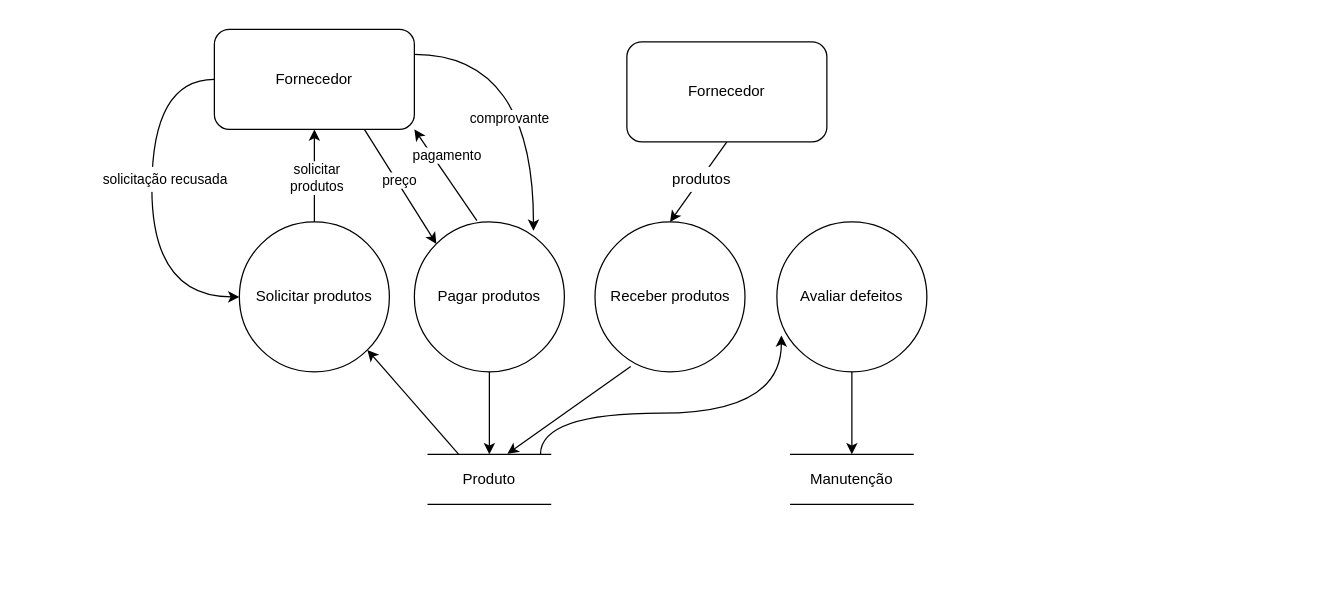
emersonsoaresdasilva/projeto-ope keeps this draw.io diagram as page "Comprar Produtos" (1 of 5) of 16-DFD Essencial para cada Capacidade.drawio. Above is the earlier version. Source tidied: cells renumbered, new cells numbered last; positions are measured from the earlier drawing's top-left corner, leaving out a move shared by most shapes. Both pictures are drawn from the tidied source at 125%, with x=0, y=0 at pixel (91, 29).
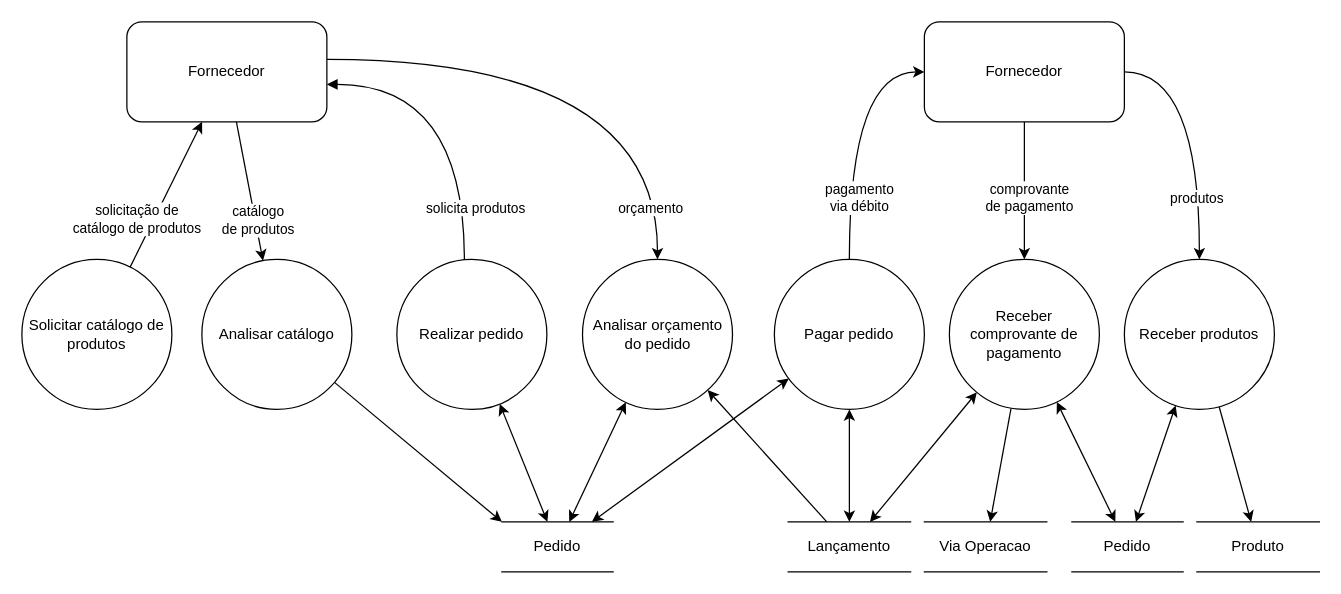
Above is the later version.

Change to the diagram source:
```diff
@@
+    <mxCell id="11" style="rounded=0;jettySize=auto;html=1;startArrow=none;startFill=0;endArrow=classic;endFill=1;" parent="1" edge="1" source="2" target="6">
+      <mxGeometry relative="1" as="geometry" />
+    </mxCell>
-    <mxCell id="2" value="Solicitar produtos" style="ellipse;whiteSpace=wrap;html=1;" parent="1" vertex="1">
-      <mxGeometry x="118" y="154" width="120" height="120" as="geometry" />
+    <mxCell id="2" value="Solicitar catálogo de produtos" style="ellipse;whiteSpace=wrap;html=1;" parent="1" vertex="1">
+      <mxGeometry x="-56" y="184" width="120" height="120" as="geometry" />
     </mxCell>
-    <mxCell id="3" style="rounded=0;jettySize=auto;html=1;entryX=0.75;entryY=1;entryDx=0;entryDy=0;startArrow=classic;startFill=1;endArrow=none;endFill=0;exitX=0;exitY=0;exitDx=0;exitDy=0;" parent="1" edge="1" source="14" target="6">
+    <mxCell id="3" style="rounded=0;jettySize=auto;html=1;startArrow=classic;startFill=1;endArrow=none;endFill=0;" parent="1" edge="1" source="36" target="6">
       <mxGeometry relative="1" as="geometry" />
     </mxCell>
-    <mxCell id="4" style="edgeStyle=orthogonalEdgeStyle;rounded=0;jettySize=auto;html=1;exitX=1;exitY=0.25;exitDx=0;exitDy=0;entryX=0.794;entryY=0.06;entryDx=0;entryDy=0;entryPerimeter=0;startArrow=none;startFill=0;endArrow=classic;endFill=1;curved=1;" parent="1" edge="1" source="6" target="14">
+    <mxCell id="4" style="rounded=0;jettySize=auto;html=1;startArrow=none;startFill=0;endArrow=classic;endFill=1;" parent="1" edge="1" source="25" target="32">
       <mxGeometry relative="1" as="geometry" />
     </mxCell>
-    <mxCell id="5" style="edgeStyle=orthogonalEdgeStyle;rounded=0;jettySize=auto;html=1;exitX=0;exitY=0.5;exitDx=0;exitDy=0;entryX=0;entryY=0.5;entryDx=0;entryDy=0;startArrow=none;startFill=0;endArrow=classic;endFill=1;curved=1;" parent="1" edge="1" source="6" target="2">
-      <mxGeometry relative="1" as="geometry">
-        <Array as="points">
-          <mxPoint x="48" y="40" />
-          <mxPoint x="48" y="214" />
-        </Array>
-      </mxGeometry>
-    </mxCell>
+    <mxCell id="27" style="rounded=0;jettySize=auto;html=1;startArrow=none;startFill=0;endArrow=classic;endFill=1;edgeStyle=orthogonalEdgeStyle;curved=1;entryX=0.5;entryY=0;entryDx=0;entryDy=0;" parent="1" edge="1" source="6" target="45">
+      <mxGeometry relative="1" as="geometry">
+        <Array as="points">
+          <mxPoint x="452" y="24" />
+        </Array>
+      </mxGeometry>
+    </mxCell>
     <mxCell id="6" value="Fornecedor" style="rounded=1;whiteSpace=wrap;html=1;" parent="1" vertex="1">
-      <mxGeometry x="98" width="160" height="80" as="geometry" />
+      <mxGeometry x="28" y="-6" width="160" height="80" as="geometry" />
     </mxCell>
-    <mxCell id="7" style="endArrow=none;startArrow=classic;html=1;exitX=1;exitY=1;exitDx=0;exitDy=0;entryX=0.25;entryY=0;entryDx=0;entryDy=0;endFill=0;startFill=1;" parent="1" edge="1" source="2" target="10">
-      <mxGeometry relative="1" as="geometry" />
-    </mxCell>
-    <mxCell id="8" style="rounded=0;jettySize=auto;html=1;startArrow=classic;startFill=1;endArrow=none;endFill=0;exitX=0.5;exitY=0;exitDx=0;exitDy=0;" parent="1" edge="1" source="10" target="14">
-      <mxGeometry relative="1" as="geometry" />
-    </mxCell>
-    <mxCell id="9" style="edgeStyle=orthogonalEdgeStyle;rounded=0;jettySize=auto;html=1;exitX=0.917;exitY=0.003;exitDx=0;exitDy=0;entryX=0.03;entryY=0.757;entryDx=0;entryDy=0;entryPerimeter=0;startArrow=none;startFill=0;endArrow=classic;endFill=1;curved=1;exitPerimeter=0;" parent="1" edge="1" source="10" target="19">
-      <mxGeometry relative="1" as="geometry" />
-    </mxCell>
     <mxCell id="10" value="Produto" style="shape=partialRectangle;whiteSpace=wrap;html=1;left=0;right=0;fillColor=none;rounded=0;" parent="1" vertex="1">
-      <mxGeometry x="269" y="340" width="98" height="40" as="geometry" />
+      <mxGeometry x="884" y="394" width="98" height="40" as="geometry" />
     </mxCell>
-    <mxCell id="11" style="endArrow=classic;html=1;exitX=0.5;exitY=0;exitDx=0;exitDy=0;entryX=0.5;entryY=1;entryDx=0;entryDy=0;" parent="1" edge="1" source="2" target="6">
-      <mxGeometry relative="1" as="geometry" />
-    </mxCell>
-    <mxCell id="12" value="solicitar&lt;br&gt;produtos" style="edgeLabel;html=1;align=center;verticalAlign=middle;" parent="1" vertex="1">
-      <mxGeometry x="178" y="120" as="geometry">
-        <mxPoint x="1" y="-2" as="offset" />
+    <mxCell id="12" value="solicitação de &lt;br&gt;catálogo de produtos" style="edgeLabel;html=1;align=center;verticalAlign=middle;" parent="1" vertex="1">
+      <mxGeometry x="28" y="154" as="geometry">
+        <mxPoint x="7" y="-3" as="offset" />
       </mxGeometry>
     </mxCell>
-    <mxCell id="13" style="edgeStyle=none;rounded=0;jettySize=auto;html=1;entryX=1;entryY=1;entryDx=0;entryDy=0;startArrow=none;startFill=0;endArrow=classic;endFill=1;" parent="1" edge="1" target="6">
+    <mxCell id="13" style="rounded=0;jettySize=auto;html=1;startArrow=none;startFill=0;endArrow=classic;endFill=1;exitX=0.5;exitY=0;exitDx=0;exitDy=0;edgeStyle=orthogonalEdgeStyle;curved=1;" parent="1" edge="1" source="14" target="25">
       <mxGeometry relative="1" as="geometry">
-        <mxPoint x="308" y="153" as="sourcePoint" />
+        <Array as="points">
+          <mxPoint x="606" y="34" />
+        </Array>
       </mxGeometry>
     </mxCell>
-    <mxCell id="14" value="Pagar produtos" style="ellipse;whiteSpace=wrap;html=1;" parent="1" vertex="1">
-      <mxGeometry x="258" y="154" width="120" height="120" as="geometry" />
+    <mxCell id="14" value="Pagar pedido" style="ellipse;whiteSpace=wrap;html=1;" parent="1" vertex="1">
+      <mxGeometry x="546" y="184" width="120" height="120" as="geometry" />
     </mxCell>
-    <mxCell id="15" value="preço" style="edgeLabel;html=1;align=center;verticalAlign=middle;" parent="1" vertex="1">
-      <mxGeometry x="248" y="120" as="geometry">
-        <mxPoint x="-3" as="offset" />
+    <mxCell id="15" value="catálogo &lt;br&gt;de produtos" style="edgeLabel;html=1;align=center;verticalAlign=middle;" parent="1" vertex="1">
+      <mxGeometry x="154" y="174" as="geometry">
+        <mxPoint x="-22" y="-22" as="offset" />
       </mxGeometry>
     </mxCell>
-    <mxCell id="16" value="solicitação recusada" style="text;html=1;strokeColor=none;align=center;verticalAlign=middle;whiteSpace=wrap;rounded=0;fillColor=#ffffff;fontSize=11;" parent="1" vertex="1">
-      <mxGeometry y="110" width="118" height="20" as="geometry" />
-    </mxCell>
-    <mxCell id="17" value="Manutenção" style="shape=partialRectangle;whiteSpace=wrap;html=1;left=0;right=0;fillColor=none;rounded=0;" parent="1" vertex="1">
-      <mxGeometry x="559" y="340" width="98" height="40" as="geometry" />
-    </mxCell>
-    <mxCell id="18" style="edgeStyle=none;rounded=0;jettySize=auto;html=1;entryX=0.5;entryY=0;entryDx=0;entryDy=0;startArrow=none;startFill=0;endArrow=classic;endFill=1;" parent="1" edge="1" source="19" target="17">
-      <mxGeometry relative="1" as="geometry" />
-    </mxCell>
-    <mxCell id="19" value="Avaliar defeitos" style="ellipse;whiteSpace=wrap;html=1;" parent="1" vertex="1">
-      <mxGeometry x="548" y="154" width="120" height="120" as="geometry" />
-    </mxCell>
-    <mxCell id="20" value="pagamento" style="edgeLabel;html=1;align=center;verticalAlign=middle;" parent="1" vertex="1">
-      <mxGeometry x="258" y="130" as="geometry">
+    <mxCell id="20" value="pagamento &lt;br&gt;via débito" style="edgeLabel;html=1;align=center;verticalAlign=middle;" parent="1" vertex="1">
+      <mxGeometry x="588" y="164" as="geometry">
         <mxPoint x="25" y="-30" as="offset" />
       </mxGeometry>
     </mxCell>
-    <mxCell id="21" value="comprovante" style="edgeLabel;html=1;align=center;verticalAlign=middle;" parent="1" vertex="1">
-      <mxGeometry x="308" y="100" as="geometry">
-        <mxPoint x="25" y="-30" as="offset" />
-      </mxGeometry>
-    </mxCell>
-    <mxCell id="22" style="rounded=0;jettySize=auto;html=1;exitX=0.238;exitY=0.964;exitDx=0;exitDy=0;entryX=0.647;entryY=-0.011;entryDx=0;entryDy=0;entryPerimeter=0;startArrow=none;startFill=0;endArrow=classic;endFill=1;exitPerimeter=0;" parent="1" edge="1" source="23" target="10">
+    <mxCell id="22" style="rounded=0;jettySize=auto;html=1;startArrow=none;startFill=0;endArrow=classic;endFill=1;" parent="1" edge="1" source="23" target="10">
       <mxGeometry relative="1" as="geometry" />
     </mxCell>
+    <mxCell id="28" style="rounded=0;jettySize=auto;html=1;startArrow=classic;startFill=1;endArrow=classic;endFill=1;" parent="1" edge="1" source="23" target="48">
+      <mxGeometry relative="1" as="geometry" />
+    </mxCell>
     <mxCell id="23" value="Receber produtos" style="ellipse;whiteSpace=wrap;html=1;" parent="1" vertex="1">
-      <mxGeometry x="402.5" y="154" width="120" height="120" as="geometry" />
+      <mxGeometry x="826" y="184" width="120" height="120" as="geometry" />
     </mxCell>
-    <mxCell id="24" style="edgeStyle=none;rounded=0;jettySize=auto;html=1;exitX=0.5;exitY=1;exitDx=0;exitDy=0;entryX=0.5;entryY=0;entryDx=0;entryDy=0;startArrow=none;startFill=0;endArrow=classic;endFill=1;" parent="1" edge="1" source="25" target="23">
-      <mxGeometry relative="1" as="geometry" />
+    <mxCell id="24" style="edgeStyle=orthogonalEdgeStyle;rounded=0;jettySize=auto;html=1;entryX=0.5;entryY=0;entryDx=0;entryDy=0;startArrow=none;startFill=0;endArrow=classic;endFill=1;curved=1;" parent="1" edge="1" source="25" target="23">
+      <mxGeometry relative="1" as="geometry">
+        <Array as="points">
+          <mxPoint x="886" y="34" />
+        </Array>
+      </mxGeometry>
     </mxCell>
     <mxCell id="25" value="Fornecedor" style="rounded=1;whiteSpace=wrap;html=1;" parent="1" vertex="1">
-      <mxGeometry x="428" y="10" width="160" height="80" as="geometry" />
+      <mxGeometry x="666" y="-6" width="160" height="80" as="geometry" />
     </mxCell>
+    <mxCell id="29" style="edgeStyle=none;rounded=0;jettySize=auto;html=1;startArrow=classic;startFill=1;endArrow=classic;endFill=1;" parent="1" edge="1" source="32" target="48">
+      <mxGeometry relative="1" as="geometry" />
+    </mxCell>
+    <mxCell id="30" style="rounded=0;jettySize=auto;html=1;" parent="1" edge="1" source="32" target="49">
+      <mxGeometry relative="1" as="geometry" />
+    </mxCell>
+    <mxCell id="31" style="edgeStyle=none;rounded=0;jettySize=auto;html=1;startArrow=classic;startFill=1;endArrow=classic;endFill=1;" parent="1" edge="1" source="32" target="33">
+      <mxGeometry relative="1" as="geometry" />
+    </mxCell>
+    <mxCell id="32" value="Receber comprovante de pagamento" style="ellipse;whiteSpace=wrap;html=1;" parent="1" vertex="1">
+      <mxGeometry x="686" y="184" width="120" height="120" as="geometry" />
+    </mxCell>
+    <mxCell id="33" value="Lançamento" style="shape=partialRectangle;whiteSpace=wrap;html=1;left=0;right=0;fillColor=none;rounded=0;" parent="1" vertex="1">
+      <mxGeometry x="557" y="394" width="98" height="40" as="geometry" />
+    </mxCell>
+    <mxCell id="34" style="edgeStyle=none;rounded=0;jettySize=auto;html=1;startArrow=classic;startFill=1;endArrow=classic;endFill=1;" parent="1" edge="1" source="14" target="33">
+      <mxGeometry relative="1" as="geometry" />
+    </mxCell>
+    <mxCell id="35" style="edgeStyle=none;rounded=0;jettySize=auto;html=1;startArrow=none;startFill=0;endArrow=classic;endFill=1;" parent="1" edge="1" source="36">
+      <mxGeometry relative="1" as="geometry">
+        <mxPoint x="328" y="394" as="targetPoint" />
+      </mxGeometry>
+    </mxCell>
+    <mxCell id="36" value="Analisar catálogo" style="ellipse;whiteSpace=wrap;html=1;" parent="1" vertex="1">
+      <mxGeometry x="88" y="184" width="120" height="120" as="geometry" />
+    </mxCell>
+    <mxCell id="37" style="rounded=0;jettySize=auto;html=1;startArrow=classic;startFill=1;endArrow=classic;endFill=1;" parent="1" edge="1" source="38" target="14">
+      <mxGeometry relative="1" as="geometry" />
+    </mxCell>
+    <mxCell id="38" value="Pedido" style="shape=partialRectangle;whiteSpace=wrap;html=1;left=0;right=0;fillColor=none;rounded=0;" parent="1" vertex="1">
+      <mxGeometry x="328" y="394" width="89" height="40" as="geometry" />
+    </mxCell>
+    <mxCell id="39" style="edgeStyle=none;rounded=0;jettySize=auto;html=1;startArrow=classic;startFill=1;" parent="1" edge="1" source="41" target="38">
+      <mxGeometry relative="1" as="geometry" />
+    </mxCell>
+    <mxCell id="40" style="edgeStyle=orthogonalEdgeStyle;rounded=0;jettySize=auto;html=1;startArrow=block;startFill=1;endArrow=none;endFill=0;curved=1;" parent="1" edge="1" source="6" target="41">
+      <mxGeometry relative="1" as="geometry">
+        <Array as="points">
+          <mxPoint x="298" y="44" />
+        </Array>
+      </mxGeometry>
+    </mxCell>
+    <mxCell id="41" value="Realizar pedido" style="ellipse;whiteSpace=wrap;html=1;" parent="1" vertex="1">
+      <mxGeometry x="244" y="184" width="120" height="120" as="geometry" />
+    </mxCell>
+    <mxCell id="42" value="solicita produtos" style="edgeLabel;html=1;align=center;verticalAlign=middle;" parent="1" vertex="1">
+      <mxGeometry x="328" y="164" as="geometry">
+        <mxPoint x="-22" y="-22" as="offset" />
+      </mxGeometry>
+    </mxCell>
+    <mxCell id="43" style="rounded=0;jettySize=auto;html=1;startArrow=classic;startFill=1;endArrow=classic;endFill=1;" parent="1" edge="1" source="45" target="38">
+      <mxGeometry relative="1" as="geometry" />
+    </mxCell>
+    <mxCell id="44" style="edgeStyle=none;rounded=0;jettySize=auto;html=1;startArrow=classic;startFill=1;endArrow=none;endFill=0;" parent="1" edge="1" source="45" target="33">
+      <mxGeometry relative="1" as="geometry" />
+    </mxCell>
+    <mxCell id="45" value="Analisar orçamento do pedido" style="ellipse;whiteSpace=wrap;html=1;" parent="1" vertex="1">
+      <mxGeometry x="392.5" y="184" width="120" height="120" as="geometry" />
+    </mxCell>
+    <mxCell id="46" value="orçamento" style="edgeLabel;html=1;align=center;verticalAlign=middle;" parent="1" vertex="1">
+      <mxGeometry x="468.5" y="164" as="geometry">
+        <mxPoint x="-22" y="-22" as="offset" />
+      </mxGeometry>
+    </mxCell>
+    <mxCell id="47" value="comprovante &lt;br&gt;de pagamento" style="edgeLabel;html=1;align=center;verticalAlign=middle;" parent="1" vertex="1">
+      <mxGeometry x="724" y="164" as="geometry">
+        <mxPoint x="25" y="-30" as="offset" />
+      </mxGeometry>
+    </mxCell>
-    <mxCell id="26" value="produtos" style="text;html=1;align=center;verticalAlign=middle;whiteSpace=wrap;rounded=0;fillColor=#ffffff;" parent="1" vertex="1">
-      <mxGeometry x="468" y="110" width="40" height="20" as="geometry" />
+    <mxCell id="26" value="produtos" style="edgeLabel;html=1;align=center;verticalAlign=middle;" parent="1" vertex="1">
+      <mxGeometry x="858" y="164" as="geometry">
+        <mxPoint x="25" y="-30" as="offset" />
+      </mxGeometry>
     </mxCell>
+    <mxCell id="48" value="Pedido" style="shape=partialRectangle;whiteSpace=wrap;html=1;left=0;right=0;fillColor=none;rounded=0;" parent="1" vertex="1">
+      <mxGeometry x="784" y="394" width="89" height="40" as="geometry" />
+    </mxCell>
+    <mxCell id="49" value="Via Operacao" style="shape=partialRectangle;whiteSpace=wrap;html=1;left=0;right=0;fillColor=none;rounded=0;" parent="1" vertex="1">
+      <mxGeometry x="666" y="394" width="98" height="40" as="geometry" />
+    </mxCell>
```
